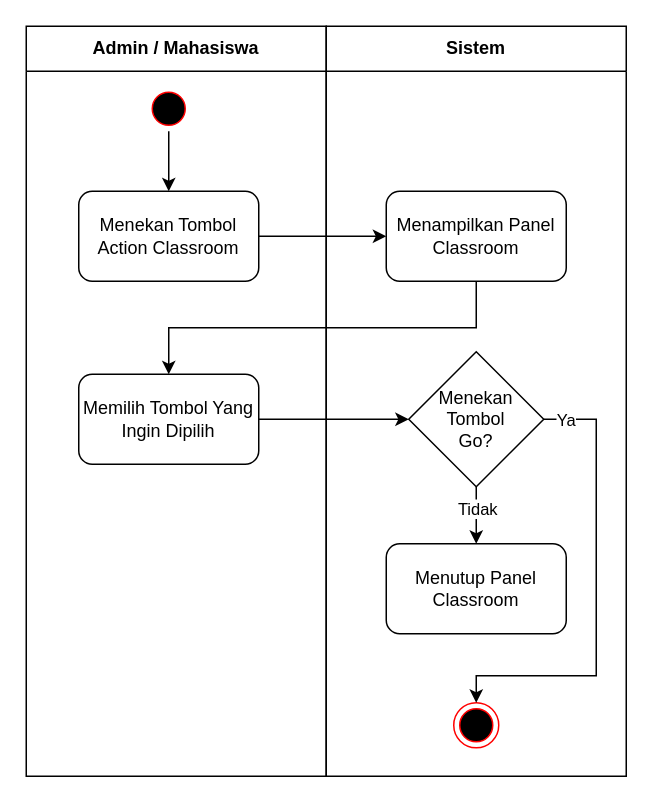
Above: skripsi/skripsi/gambar/BAB III/Activity Diagram/Activity Diagram Action – Classroom.drawio in hako-975/UNPAM-File (draw.io), before the change. Source tidied: cells renumbered, new cells numbered last; positions are measured from the earlier drawing's top-left corner, leaving out a move shared by most shapes. Both pictures are drawn from the tidied source at 150%, with x=0, y=0 at pixel (26, 26).
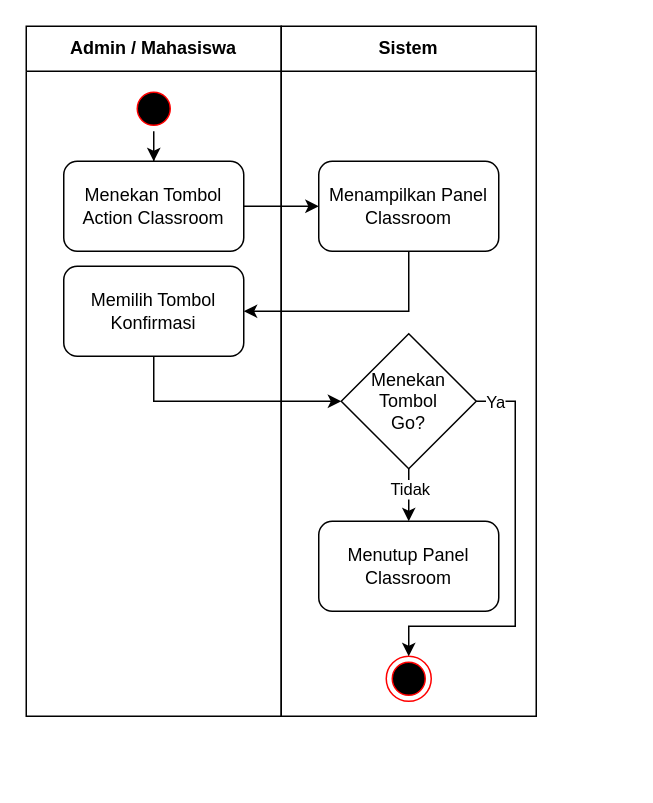
The same diagram, later.

What changed in the source:
```diff
@@
     <mxCell id="2" value="Admin / Mahasiswa" style="swimlane;whiteSpace=wrap;html=1;startSize=30;" parent="1" vertex="1">
-      <mxGeometry width="200" height="500" as="geometry" />
+      <mxGeometry width="170" height="460" as="geometry" />
     </mxCell>
@@
     <mxCell id="4" style="ellipse;html=1;shape=startState;fillColor=#000000;strokeColor=#ff0000;" parent="2" vertex="1">
-      <mxGeometry x="80" y="40" width="30" height="30" as="geometry" />
+      <mxGeometry x="70" y="40" width="30" height="30" as="geometry" />
     </mxCell>
     <mxCell id="5" value="Menekan Tombol&lt;div&gt;Action Classroom&lt;/div&gt;" style="rounded=1;whiteSpace=wrap;html=1;" parent="2" vertex="1">
-      <mxGeometry x="35" y="110" width="120" height="60" as="geometry" />
+      <mxGeometry x="25" y="90" width="120" height="60" as="geometry" />
     </mxCell>
-    <mxCell id="6" value="Memilih Tombol Yang Ingin Dipilih" style="whiteSpace=wrap;html=1;rounded=1;" parent="2" vertex="1">
-      <mxGeometry x="35" y="232" width="120" height="60" as="geometry" />
+    <mxCell id="6" value="Memilih Tombol Konfirmasi" style="whiteSpace=wrap;html=1;rounded=1;" parent="2" vertex="1">
+      <mxGeometry x="25" y="160" width="120" height="60" as="geometry" />
     </mxCell>
     <mxCell id="7" value="Sistem" style="swimlane;whiteSpace=wrap;html=1;startSize=30;" parent="1" vertex="1">
-      <mxGeometry x="200" width="200" height="500" as="geometry" />
+      <mxGeometry x="170" width="170" height="460" as="geometry" />
     </mxCell>
     <mxCell id="8" value="Menampilkan Panel Classroom" style="whiteSpace=wrap;html=1;rounded=1;" parent="7" vertex="1">
-      <mxGeometry x="40" y="110" width="120" height="60" as="geometry" />
+      <mxGeometry x="25" y="90" width="120" height="60" as="geometry" />
     </mxCell>
     <mxCell id="9" style="ellipse;html=1;shape=endState;fillColor=#000000;strokeColor=#ff0000;" parent="7" vertex="1">
-      <mxGeometry x="85" y="451" width="30" height="30" as="geometry" />
+      <mxGeometry x="70" y="420" width="30" height="30" as="geometry" />
     </mxCell>
     <mxCell id="10" style="edgeStyle=orthogonalEdgeStyle;rounded=0;jettySize=auto;html=1;exitX=1;exitY=0.5;exitDx=0;exitDy=0;entryX=0.5;entryY=0;entryDx=0;entryDy=0;" parent="7" edge="1" source="12" target="9">
       <mxGeometry relative="1" as="geometry">
         <Array as="points">
-          <mxPoint x="180" y="262" />
-          <mxPoint x="180" y="433" />
-          <mxPoint x="100" y="433" />
+          <mxPoint x="156" y="250" />
+          <mxPoint x="156" y="400" />
+          <mxPoint x="85" y="400" />
         </Array>
       </mxGeometry>
     </mxCell>
@@
     <mxCell id="12" value="Menekan Tombol&lt;div&gt;Go&lt;span style=&quot;background-color: initial;&quot;&gt;?&lt;/span&gt;&lt;/div&gt;" style="rhombus;whiteSpace=wrap;html=1;" parent="7" vertex="1">
-      <mxGeometry x="55" y="217" width="90" height="90" as="geometry" />
+      <mxGeometry x="40" y="205" width="90" height="90" as="geometry" />
     </mxCell>
     <mxCell id="13" value="Menutup Panel Classroom" style="whiteSpace=wrap;html=1;rounded=1;" parent="7" vertex="1">
-      <mxGeometry x="40" y="345" width="120" height="60" as="geometry" />
+      <mxGeometry x="25" y="330" width="120" height="60" as="geometry" />
     </mxCell>
@@
-    <mxCell id="17" style="edgeStyle=orthogonalEdgeStyle;rounded=0;jettySize=auto;html=1;exitX=0.5;exitY=1;exitDx=0;exitDy=0;entryX=0.5;entryY=0;entryDx=0;entryDy=0;" parent="1" edge="1" source="8" target="6">
+    <mxCell id="17" style="edgeStyle=orthogonalEdgeStyle;rounded=0;jettySize=auto;html=1;exitX=0.5;exitY=1;exitDx=0;exitDy=0;entryX=1;entryY=0.5;entryDx=0;entryDy=0;" parent="1" edge="1" source="8" target="6">
       <mxGeometry relative="1" as="geometry" />
     </mxCell>
-    <mxCell id="18" style="edgeStyle=orthogonalEdgeStyle;rounded=0;jettySize=auto;html=1;entryX=0;entryY=0.5;entryDx=0;entryDy=0;" parent="1" edge="1" source="6" target="12">
+    <mxCell id="18" style="edgeStyle=orthogonalEdgeStyle;rounded=0;jettySize=auto;html=1;entryX=0;entryY=0.5;entryDx=0;entryDy=0;exitX=0.5;exitY=1;exitDx=0;exitDy=0;" parent="1" edge="1" source="6" target="12">
       <mxGeometry relative="1" as="geometry" />
     </mxCell>
```
